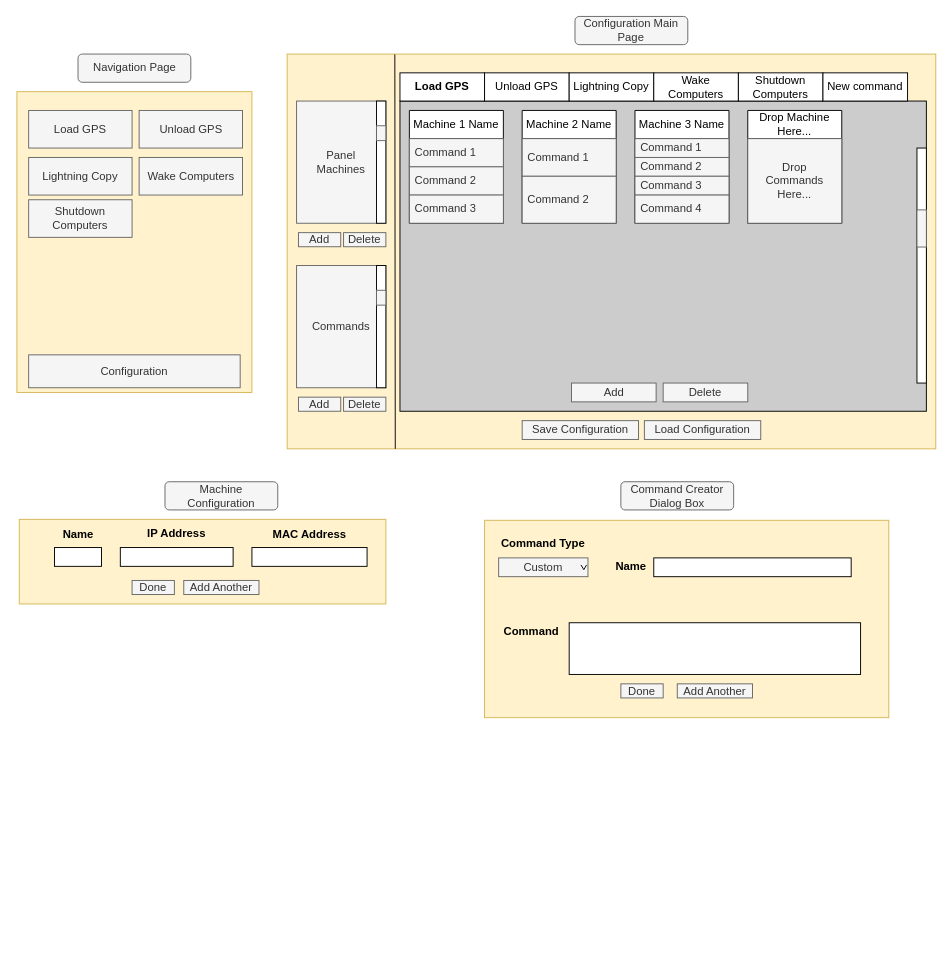
Above: page "Main" (1 of 3) of GUI_DesignMap.drawio in MansourMohamedAli/GPS_UserInterface (draw.io), before the change. Source tidied: cells renumbered, new cells numbered last; positions are measured from the earlier drawing's top-left corner, leaving out a move shared by most shapes. Both pictures are drawn from the tidied source at 94%, with x=0, y=0 at pixel (16, 16).
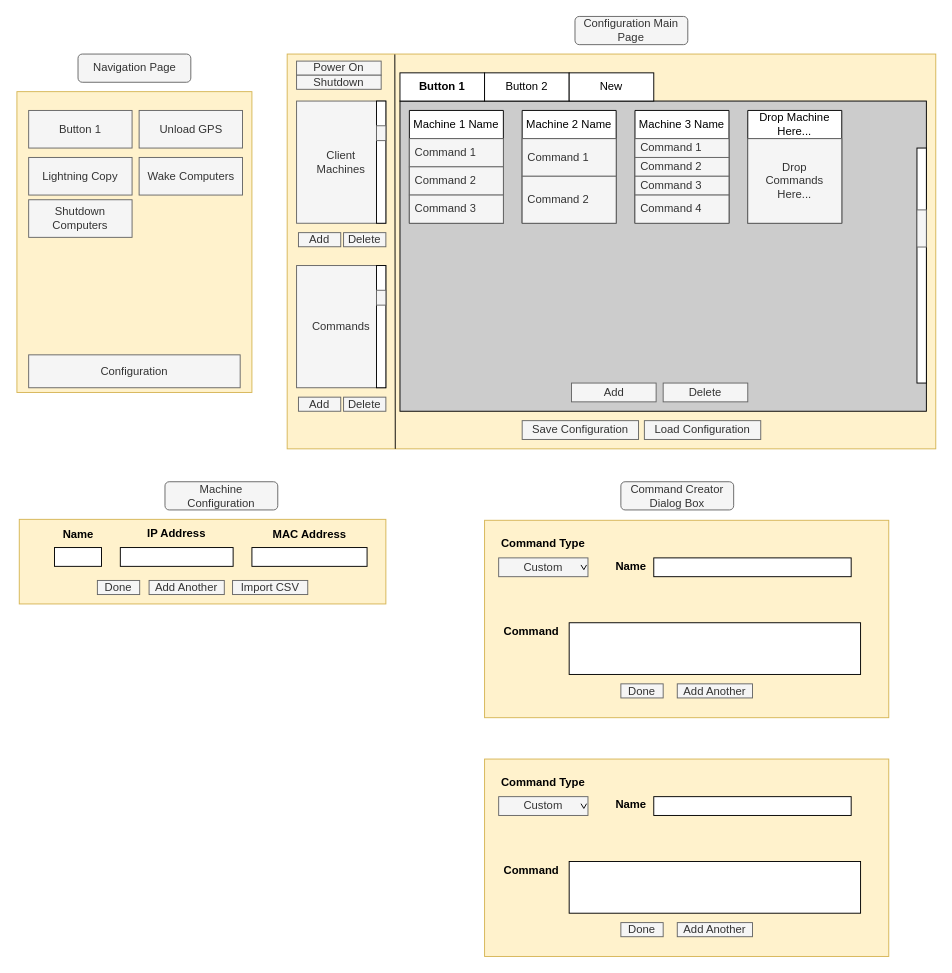
Above is the later version.

Commit message:
- Created ThunderView Branch. - Added Power on and Shut down buttons to drag and drop.

What changed in the source:
```diff
@@
-    <mxCell id="21" value="Load GPS" style="rounded=0;whiteSpace=wrap;html=1;fillColor=#f5f5f5;fontColor=#333333;strokeColor=#666666;" parent="1" vertex="1">
+    <mxCell id="21" value="Button 1" style="rounded=0;whiteSpace=wrap;html=1;fillColor=#f5f5f5;fontColor=#333333;strokeColor=#666666;" parent="1" vertex="1">
       <mxGeometry x="13" y="100" width="110" height="40" as="geometry" />
     </mxCell>
@@
-    <mxCell id="30" value="Panel&lt;br&gt;Machines" style="rounded=0;whiteSpace=wrap;html=1;fillColor=#f5f5f5;fontColor=#333333;strokeColor=#666666;" parent="1" vertex="1">
+    <mxCell id="30" value="Client&lt;br&gt;Machines" style="rounded=0;whiteSpace=wrap;html=1;fillColor=#f5f5f5;fontColor=#333333;strokeColor=#666666;" parent="1" vertex="1">
       <mxGeometry x="298" y="90" width="95" height="130" as="geometry" />
     </mxCell>
@@
     <mxCell id="52" value="Done" style="rounded=0;whiteSpace=wrap;html=1;fillColor=#f5f5f5;fontColor=#333333;strokeColor=#666666;" parent="1" vertex="1">
-      <mxGeometry x="123" y="600" width="45" height="15" as="geometry" />
+      <mxGeometry x="86.1" y="600" width="45" height="15" as="geometry" />
     </mxCell>
     <mxCell id="53" value="Add Another" style="rounded=0;whiteSpace=wrap;html=1;fillColor=#f5f5f5;fontColor=#333333;strokeColor=#666666;" parent="1" vertex="1">
-      <mxGeometry x="178" y="600" width="80" height="15" as="geometry" />
+      <mxGeometry x="141.1" y="600" width="80" height="15" as="geometry" />
     </mxCell>
@@
-    <mxCell id="58" value="Load GPS" style="rounded=0;whiteSpace=wrap;html=1;fontStyle=1;" parent="1" vertex="1">
+    <mxCell id="58" value="Button 1" style="rounded=0;whiteSpace=wrap;html=1;fontStyle=1;" parent="1" vertex="1">
       <mxGeometry x="408" y="60" width="90" height="30" as="geometry" />
     </mxCell>
-    <mxCell id="59" value="Unload GPS" style="rounded=0;whiteSpace=wrap;html=1;" parent="1" vertex="1">
+    <mxCell id="59" value="Button 2" style="rounded=0;whiteSpace=wrap;html=1;" parent="1" vertex="1">
       <mxGeometry x="498" y="60" width="90" height="30" as="geometry" />
     </mxCell>
-    <mxCell id="60" value="Lightning Copy" style="rounded=0;whiteSpace=wrap;html=1;" parent="1" vertex="1">
+    <mxCell id="60" value="New" style="rounded=0;whiteSpace=wrap;html=1;" parent="1" vertex="1">
       <mxGeometry x="588" y="60" width="90" height="30" as="geometry" />
     </mxCell>
-    <mxCell id="61" value="Wake Computers" style="rounded=0;whiteSpace=wrap;html=1;" parent="1" vertex="1">
-      <mxGeometry x="678" y="60" width="90" height="30" as="geometry" />
-    </mxCell>
-    <mxCell id="62" value="Shutdown Computers" style="rounded=0;whiteSpace=wrap;html=1;" parent="1" vertex="1">
-      <mxGeometry x="768" y="60" width="90" height="30" as="geometry" />
-    </mxCell>
@@
-    <mxCell id="71" value="New command" style="rounded=0;whiteSpace=wrap;html=1;" parent="1" vertex="1">
-      <mxGeometry x="858" y="60" width="90" height="30" as="geometry" />
-    </mxCell>
@@
+    <mxCell id="78" style="rounded=0;whiteSpace=wrap;html=1;fillColor=#fff2cc;strokeColor=#d6b656;" parent="1" vertex="1">
+      <mxGeometry x="498" y="790" width="430" height="210" as="geometry" />
+    </mxCell>
+    <mxCell id="79" value="Name" style="text;html=1;strokeColor=none;fillColor=none;align=center;verticalAlign=middle;whiteSpace=wrap;rounded=0;fontStyle=1;" parent="1" vertex="1">
+      <mxGeometry x="624.2" y="824" width="60" height="30" as="geometry" />
+    </mxCell>
+    <mxCell id="80" style="rounded=0;whiteSpace=wrap;html=1;" parent="1" vertex="1">
+      <mxGeometry x="678" y="830" width="210" height="20" as="geometry" />
+    </mxCell>
+    <mxCell id="81" value="Command" style="text;html=1;strokeColor=none;fillColor=none;align=center;verticalAlign=middle;whiteSpace=wrap;rounded=0;fontStyle=1;" parent="1" vertex="1">
+      <mxGeometry x="518" y="894" width="60" height="30" as="geometry" />
+    </mxCell>
+    <mxCell id="82" style="rounded=0;whiteSpace=wrap;html=1;" parent="1" vertex="1">
+      <mxGeometry x="588" y="899" width="310" height="55" as="geometry" />
+    </mxCell>
+    <mxCell id="83" value="Done" style="rounded=0;whiteSpace=wrap;html=1;fillColor=#f5f5f5;fontColor=#333333;strokeColor=#666666;" parent="1" vertex="1">
+      <mxGeometry x="643" y="964" width="45" height="15" as="geometry" />
+    </mxCell>
+    <mxCell id="84" value="Add Another" style="rounded=0;whiteSpace=wrap;html=1;fillColor=#f5f5f5;fontColor=#333333;strokeColor=#666666;" parent="1" vertex="1">
+      <mxGeometry x="703" y="964" width="80" height="15" as="geometry" />
+    </mxCell>
+    <mxCell id="85" style="group;" parent="1" vertex="1">
+      <mxGeometry x="513" y="830" width="95" height="20" as="geometry" />
+    </mxCell>
+    <mxCell id="86" value="Custom" style="rounded=0;whiteSpace=wrap;html=1;fillColor=#f5f5f5;fontColor=#333333;strokeColor=#666666;" parent="85" vertex="1">
+      <mxGeometry width="95" height="20" as="geometry" />
+    </mxCell>
+    <mxCell id="87" style="group;" parent="85" vertex="1">
+      <mxGeometry x="87.6" y="7.5" width="5.9" height="5" as="geometry" />
+    </mxCell>
+    <mxCell id="88" style="endArrow=none;html=1;rounded=0;" parent="87" edge="1">
+      <mxGeometry relative="1" as="geometry">
+        <mxPoint x="3" y="5" as="sourcePoint" />
+        <mxPoint x="5.9" as="targetPoint" />
+      </mxGeometry>
+    </mxCell>
+    <mxCell id="89" style="endArrow=none;html=1;rounded=0;" parent="87" edge="1">
+      <mxGeometry relative="1" as="geometry">
+        <mxPoint as="sourcePoint" />
+        <mxPoint x="3" y="5" as="targetPoint" />
+      </mxGeometry>
+    </mxCell>
+    <mxCell id="90" value="Command Type" style="text;html=1;strokeColor=none;fillColor=none;align=center;verticalAlign=middle;whiteSpace=wrap;rounded=0;fontStyle=1;" parent="1" vertex="1">
+      <mxGeometry x="508" y="800" width="105" height="30" as="geometry" />
+    </mxCell>
+    <mxCell id="91" value="Power On" style="rounded=0;whiteSpace=wrap;html=1;fillColor=#f5f5f5;fontColor=#333333;strokeColor=#666666;" parent="1" vertex="1">
+      <mxGeometry x="298" y="47.5" width="90" height="15" as="geometry" />
+    </mxCell>
+    <mxCell id="92" value="Shutdown" style="rounded=0;whiteSpace=wrap;html=1;fillColor=#f5f5f5;fontColor=#333333;strokeColor=#666666;" parent="1" vertex="1">
+      <mxGeometry x="298" y="62.5" width="90" height="15" as="geometry" />
+    </mxCell>
+    <mxCell id="93" value="Import CSV" style="rounded=0;whiteSpace=wrap;html=1;fillColor=#f5f5f5;fontColor=#333333;strokeColor=#666666;" parent="1" vertex="1">
+      <mxGeometry x="229.9" y="600" width="80" height="15" as="geometry" />
+    </mxCell>
```
